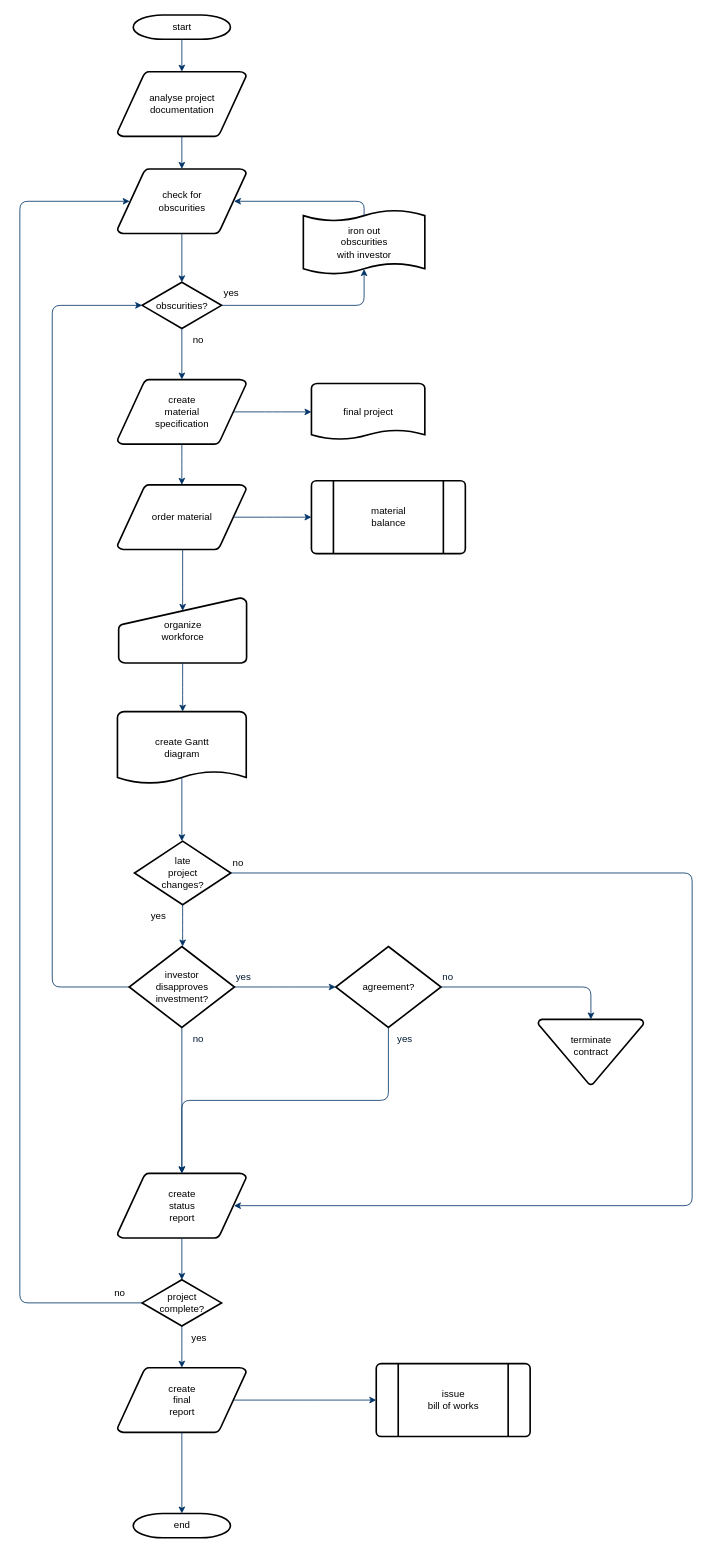
Above: Untitled Diagram.drawio in elchilee/Solving-Africa-s-Power-Problem (draw.io), before the change. Source tidied: cells renumbered, new cells numbered last; positions are measured from the earlier drawing's top-left corner, leaving out a move shared by most shapes. Both pictures are drawn from the tidied source at 81%, with x=0, y=0 at pixel (19, 15).
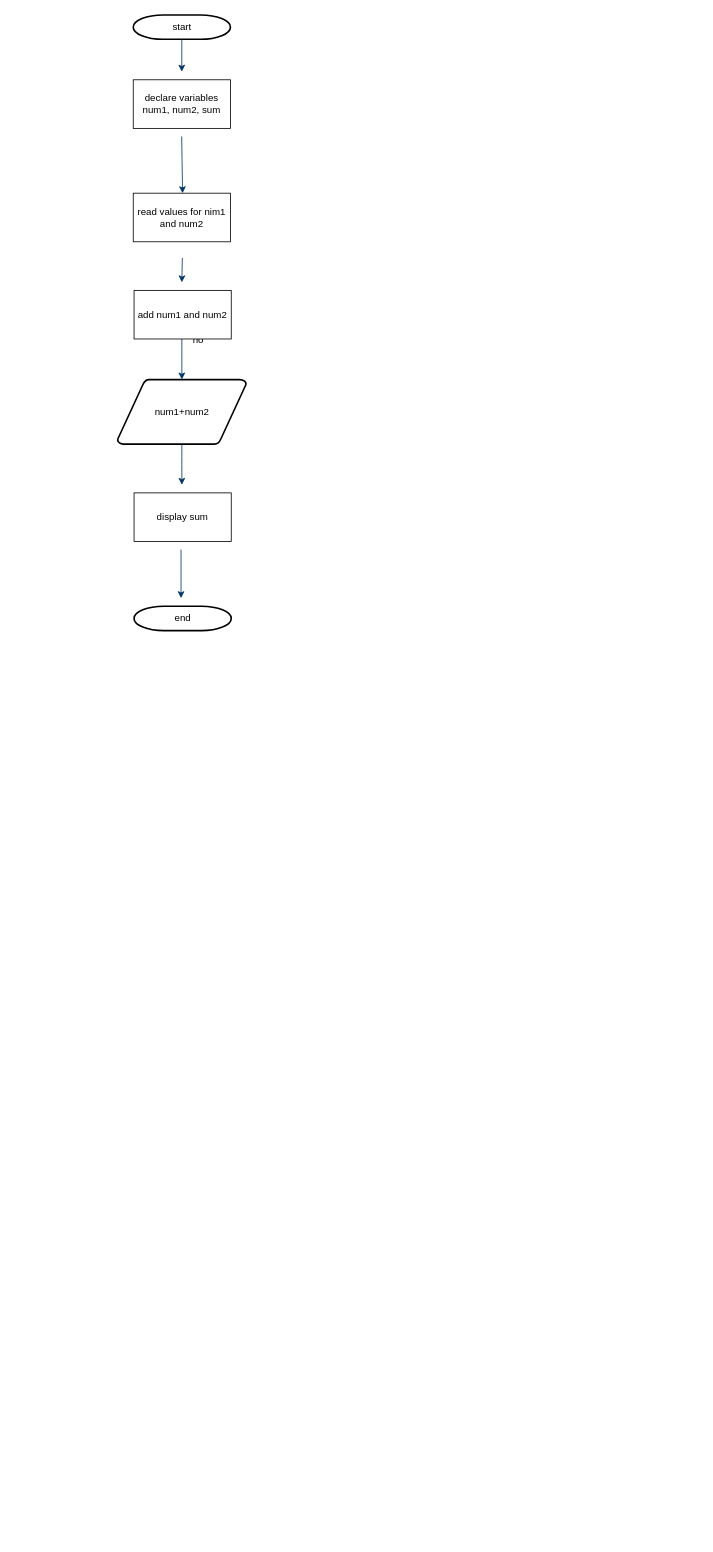
After the change.

Commit message:
ALXCalculate a running sum

The change refers to these unchanged cells:
```xml
<mxCell id="2" value="start" style="shape=mxgraph.flowchart.terminator;strokeWidth=2;gradientColor=none;gradientDirection=north;fontStyle=0;html=1;" parent="1" vertex="1">
  <mxGeometry x="140" width="120" height="30" as="geometry" />
</mxCell>
```

Diff of the diagram source:
```diff
@@
-    <mxCell id="3" value="analyse project&#10; documentation" style="shape=mxgraph.flowchart.data;strokeWidth=2;gradientColor=none;gradientDirection=north;fontStyle=0;html=1;" parent="1" vertex="1">
-      <mxGeometry x="120.5" y="70" width="159" height="80" as="geometry" />
-    </mxCell>
-    <mxCell id="4" value="create&#10;material&#10;specification" style="shape=mxgraph.flowchart.data;strokeWidth=2;gradientColor=none;gradientDirection=north;fontStyle=0;html=1;" parent="1" vertex="1">
+    <mxCell id="4" value="num1+num2" style="shape=mxgraph.flowchart.data;strokeWidth=2;gradientColor=none;gradientDirection=north;fontStyle=0;html=1;" parent="1" vertex="1">
       <mxGeometry x="120.5" y="450" width="159" height="80" as="geometry" />
     </mxCell>
-    <mxCell id="5" value="check for&#10;obscurities" style="shape=mxgraph.flowchart.data;strokeWidth=2;gradientColor=none;gradientDirection=north;fontStyle=0;html=1;" parent="1" vertex="1">
-      <mxGeometry x="120.5" y="190" width="159" height="80" as="geometry" />
-    </mxCell>
-    <mxCell id="6" value="obscurities?" style="shape=mxgraph.flowchart.decision;strokeWidth=2;gradientColor=none;gradientDirection=north;fontStyle=0;html=1;" parent="1" vertex="1">
-      <mxGeometry x="151" y="330" width="98" height="57" as="geometry" />
-    </mxCell>
-    <mxCell id="7" style="fontStyle=1;strokeColor=#003366;strokeWidth=1;html=1;" parent="1" edge="1" source="2" target="3">
-      <mxGeometry relative="1" as="geometry" />
+    <mxCell id="7" style="fontStyle=1;strokeColor=#003366;strokeWidth=1;html=1;" parent="1" edge="1" source="2">
+      <mxGeometry relative="1" as="geometry">
+        <mxPoint x="199.9" y="70" as="targetPoint" />
+      </mxGeometry>
     </mxCell>
-    <mxCell id="8" style="fontStyle=1;strokeColor=#003366;strokeWidth=1;html=1;" parent="1" edge="1" source="3" target="5">
-      <mxGeometry relative="1" as="geometry" />
+    <mxCell id="8" style="fontStyle=1;strokeColor=#003366;strokeWidth=1;html=1;" parent="1" edge="1">
+      <mxGeometry relative="1" as="geometry">
+        <mxPoint x="199.8" y="150" as="sourcePoint" />
+        <mxPoint x="200.9" y="220" as="targetPoint" />
+      </mxGeometry>
     </mxCell>
-    <mxCell id="9" style="entryX=0.5;entryY=0;entryPerimeter=0;fontStyle=1;strokeColor=#003366;strokeWidth=1;html=1;" parent="1" edge="1" source="5" target="6">
-      <mxGeometry relative="1" as="geometry" />
+    <mxCell id="9" style="entryX=0.5;entryY=0;entryPerimeter=0;fontStyle=1;strokeColor=#003366;strokeWidth=1;html=1;" parent="1" edge="1">
+      <mxGeometry relative="1" as="geometry">
+        <mxPoint x="200.6" y="300" as="sourcePoint" />
+        <mxPoint x="200" y="330" as="targetPoint" />
+      </mxGeometry>
     </mxCell>
-    <mxCell id="10" style="edgeStyle=elbowEdgeStyle;elbow=horizontal;entryX=0.5;entryY=0.91;entryPerimeter=0;exitX=1;exitY=0.5;exitPerimeter=0;fontStyle=1;strokeColor=#003366;strokeWidth=1;html=1;" parent="1" edge="1" source="6" target="51">
-      <mxGeometry x="381" y="28.5" as="geometry">
-        <Array as="points">
-          <mxPoint x="425" y="340" />
-        </Array>
-      </mxGeometry>
-    </mxCell>
-    <mxCell id="11" value="yes" style="text;fontStyle=0;html=1;strokeColor=none;gradientColor=none;fillColor=none;strokeWidth=2;" parent="1" vertex="1">
-      <mxGeometry x="250" y="330" width="40" height="26" as="geometry" />
-    </mxCell>
-    <mxCell id="12" style="edgeStyle=elbowEdgeStyle;elbow=horizontal;fontColor=#001933;fontStyle=1;strokeColor=#003366;strokeWidth=1;html=1;" parent="1" edge="1" source="6" target="4">
-      <mxGeometry as="geometry" />
+    <mxCell id="12" style="edgeStyle=elbowEdgeStyle;elbow=horizontal;fontColor=#001933;fontStyle=1;strokeColor=#003366;strokeWidth=1;html=1;" parent="1" edge="1" target="4">
+      <mxGeometry as="geometry">
+        <mxPoint x="200" y="387" as="sourcePoint" />
+      </mxGeometry>
     </mxCell>
-    <mxCell id="13" value="order material" style="shape=mxgraph.flowchart.data;strokeWidth=2;gradientColor=none;gradientDirection=north;fontStyle=0;html=1;" parent="1" vertex="1">
-      <mxGeometry x="120.5" y="580" width="159" height="80" as="geometry" />
-    </mxCell>
@@
-    <mxCell id="15" value="final project" style="shape=mxgraph.flowchart.document;strokeWidth=2;gradientColor=none;gradientDirection=north;fontStyle=0;html=1;" parent="1" vertex="1">
-      <mxGeometry x="360" y="455" width="140" height="70" as="geometry" />
-    </mxCell>
-    <mxCell id="16" style="edgeStyle=elbowEdgeStyle;elbow=horizontal;exitX=0.905;exitY=0.5;exitPerimeter=0;fontStyle=1;strokeColor=#003366;strokeWidth=1;html=1;" parent="1" edge="1" source="4" target="15">
-      <mxGeometry as="geometry" />
-    </mxCell>
-    <mxCell id="17" style="edgeStyle=elbowEdgeStyle;elbow=horizontal;fontStyle=1;strokeColor=#003366;strokeWidth=1;html=1;" parent="1" edge="1" source="4" target="13">
-      <mxGeometry as="geometry" />
+    <mxCell id="17" style="edgeStyle=elbowEdgeStyle;elbow=horizontal;fontStyle=1;strokeColor=#003366;strokeWidth=1;html=1;" parent="1" edge="1" source="4">
+      <mxGeometry as="geometry">
+        <mxPoint x="200" y="580" as="targetPoint" />
+      </mxGeometry>
     </mxCell>
-    <mxCell id="18" value="material&#10;balance" style="shape=mxgraph.flowchart.predefined_process;strokeWidth=2;gradientColor=none;gradientDirection=north;fontStyle=0;html=1;" parent="1" vertex="1">
-      <mxGeometry x="360" y="575" width="190" height="90" as="geometry" />
-    </mxCell>
-    <mxCell id="19" style="edgeStyle=elbowEdgeStyle;elbow=horizontal;exitX=0.905;exitY=0.5;exitPerimeter=0;fontStyle=1;strokeColor=#003366;strokeWidth=1;html=1;" parent="1" edge="1" source="13" target="18">
-      <mxGeometry as="geometry" />
-    </mxCell>
-    <mxCell id="20" value="organize &#10;workforce" style="shape=mxgraph.flowchart.manual_input;strokeWidth=2;gradientColor=none;gradientDirection=north;fontStyle=0;html=1;" parent="1" vertex="1">
-      <mxGeometry x="122" y="720" width="158" height="80" as="geometry" />
-    </mxCell>
-    <mxCell id="21" style="edgeStyle=elbowEdgeStyle;elbow=horizontal;entryX=0.5;entryY=0.195;entryPerimeter=0;fontStyle=1;strokeColor=#003366;strokeWidth=1;html=1;" parent="1" edge="1" source="13" target="20">
-      <mxGeometry as="geometry" />
-    </mxCell>
-    <mxCell id="22" value="create Gantt&#10;diagram" style="shape=mxgraph.flowchart.document;strokeWidth=2;gradientColor=none;gradientDirection=north;fontStyle=0;html=1;" parent="1" vertex="1">
-      <mxGeometry x="120.5" y="860" width="159" height="90" as="geometry" />
-    </mxCell>
-    <mxCell id="23" style="edgeStyle=elbowEdgeStyle;elbow=horizontal;exitX=0.5;exitY=1;exitPerimeter=0;fontStyle=1;strokeColor=#003366;strokeWidth=1;html=1;" parent="1" edge="1" source="20" target="22">
-      <mxGeometry as="geometry" />
+    <mxCell id="23" style="edgeStyle=elbowEdgeStyle;elbow=horizontal;exitX=0.5;exitY=1;exitPerimeter=0;fontStyle=1;strokeColor=#003366;strokeWidth=1;html=1;" parent="1" edge="1">
+      <mxGeometry x="-2" y="-140" as="geometry">
+        <mxPoint x="199" y="660" as="sourcePoint" />
+        <mxPoint x="199" y="720" as="targetPoint" />
+      </mxGeometry>
     </mxCell>
-    <mxCell id="24" value="late&#10;project&#10;changes?" style="shape=mxgraph.flowchart.decision;strokeWidth=2;gradientColor=none;gradientDirection=north;fontStyle=0;html=1;" parent="1" vertex="1">
-      <mxGeometry x="141.5" y="1020" width="119" height="78.5" as="geometry" />
-    </mxCell>
-    <mxCell id="25" style="edgeStyle=elbowEdgeStyle;elbow=horizontal;exitX=0.5;exitY=0.9;exitPerimeter=0;fontStyle=1;strokeColor=#003366;strokeWidth=1;html=1;" parent="1" edge="1" source="22" target="24">
-      <mxGeometry as="geometry" />
-    </mxCell>
-    <mxCell id="26" style="edgeStyle=elbowEdgeStyle;elbow=horizontal;exitX=0;exitY=0.5;exitPerimeter=0;entryX=0;entryY=0.5;entryPerimeter=0;fontStyle=1;strokeColor=#003366;strokeWidth=1;html=1;" parent="1" edge="1" source="28" target="6">
-      <mxGeometry as="geometry">
-        <Array as="points">
-          <mxPoint x="40" y="790" />
-        </Array>
-      </mxGeometry>
-    </mxCell>
-    <mxCell id="27" value="yes" style="text;fontStyle=0;html=1;strokeColor=none;gradientColor=none;fillColor=none;strokeWidth=2;" parent="1" vertex="1">
-      <mxGeometry x="160" y="1098.5" width="40" height="26" as="geometry" />
-    </mxCell>
-    <mxCell id="28" value="investor&#10;disapproves&#10; investment?" style="shape=mxgraph.flowchart.decision;strokeWidth=2;gradientColor=none;gradientDirection=north;fontStyle=0;html=1;" parent="1" vertex="1">
-      <mxGeometry x="135" y="1150" width="130" height="100" as="geometry" />
-    </mxCell>
-    <mxCell id="29" value="agreement?" style="shape=mxgraph.flowchart.decision;strokeWidth=2;gradientColor=none;gradientDirection=north;fontStyle=0;html=1;" parent="1" vertex="1">
-      <mxGeometry x="390" y="1150" width="130" height="100" as="geometry" />
-    </mxCell>
-    <mxCell id="30" style="edgeStyle=elbowEdgeStyle;elbow=horizontal;exitX=0.5;exitY=1;exitPerimeter=0;fontStyle=1;strokeColor=#003366;strokeWidth=1;html=1;" parent="1" edge="1" source="24" target="28">
-      <mxGeometry as="geometry" />
-    </mxCell>
-    <mxCell id="31" style="edgeStyle=elbowEdgeStyle;elbow=horizontal;exitX=1;exitY=0.5;exitPerimeter=0;entryX=0;entryY=0.5;entryPerimeter=0;fontStyle=1;strokeColor=#003366;strokeWidth=1;html=1;" parent="1" edge="1" source="28" target="29">
-      <mxGeometry as="geometry" />
-    </mxCell>
-    <mxCell id="32" value="terminate&#10;contract&#10;" style="shape=mxgraph.flowchart.merge_or_storage;strokeWidth=2;gradientColor=none;gradientDirection=north;fontStyle=0;html=1;" parent="1" vertex="1">
-      <mxGeometry x="640" y="1240" width="130" height="80.5" as="geometry" />
-    </mxCell>
-    <mxCell id="33" style="edgeStyle=elbowEdgeStyle;elbow=vertical;exitX=1;exitY=0.5;exitPerimeter=0;entryX=0.5;entryY=0;entryPerimeter=0;fontStyle=1;strokeColor=#003366;strokeWidth=1;html=1;" parent="1" edge="1" source="29" target="32">
-      <mxGeometry as="geometry">
-        <Array as="points">
-          <mxPoint x="620" y="1200" />
-        </Array>
-      </mxGeometry>
-    </mxCell>
-    <mxCell id="34" value="create&#10;status&#10;report" style="shape=mxgraph.flowchart.data;strokeWidth=2;gradientColor=none;gradientDirection=north;fontStyle=0;html=1;" parent="1" vertex="1">
-      <mxGeometry x="120.5" y="1430" width="159" height="80" as="geometry" />
-    </mxCell>
-    <mxCell id="35" style="edgeStyle=elbowEdgeStyle;elbow=vertical;exitX=0.5;exitY=1;exitPerimeter=0;fontColor=#001933;fontStyle=1;strokeColor=#003366;strokeWidth=1;html=1;" parent="1" edge="1" source="28" target="34">
-      <mxGeometry as="geometry" />
-    </mxCell>
-    <mxCell id="36" style="edgeStyle=elbowEdgeStyle;elbow=vertical;exitX=0.5;exitY=1;exitPerimeter=0;entryX=0.5;entryY=0;entryPerimeter=0;fontStyle=1;strokeColor=#003366;strokeWidth=1;html=1;" parent="1" edge="1" source="29" target="34">
-      <mxGeometry as="geometry" />
-    </mxCell>
-    <mxCell id="37" value="project&#10;complete?" style="shape=mxgraph.flowchart.decision;strokeWidth=2;gradientColor=none;gradientDirection=north;fontStyle=0;html=1;" parent="1" vertex="1">
-      <mxGeometry x="151" y="1561.5" width="98" height="57" as="geometry" />
-    </mxCell>
-    <mxCell id="38" value="create&#10;final&#10;report" style="shape=mxgraph.flowchart.data;strokeWidth=2;gradientColor=none;gradientDirection=north;fontStyle=0;html=1;" parent="1" vertex="1">
-      <mxGeometry x="120.5" y="1670" width="159" height="80" as="geometry" />
-    </mxCell>
-    <mxCell id="39" value="issue&#10;bill of works" style="shape=mxgraph.flowchart.predefined_process;strokeWidth=2;gradientColor=none;gradientDirection=north;fontStyle=0;html=1;" parent="1" vertex="1">
-      <mxGeometry x="440" y="1665" width="190" height="90" as="geometry" />
-    </mxCell>
     <mxCell id="40" value="end" style="shape=mxgraph.flowchart.terminator;strokeWidth=2;gradientColor=none;gradientDirection=north;fontStyle=0;html=1;" parent="1" vertex="1">
-      <mxGeometry x="140" y="1850" width="120" height="30" as="geometry" />
+      <mxGeometry x="141" y="730" width="120" height="30" as="geometry" />
     </mxCell>
-    <mxCell id="41" style="edgeStyle=elbowEdgeStyle;elbow=vertical;exitX=0.5;exitY=1;exitPerimeter=0;entryX=0.5;entryY=0;entryPerimeter=0;fontStyle=1;strokeColor=#003366;strokeWidth=1;html=1;" parent="1" edge="1" source="34" target="37">
-      <mxGeometry as="geometry" />
-    </mxCell>
-    <mxCell id="42" style="edgeStyle=elbowEdgeStyle;elbow=vertical;exitX=0.5;exitY=1;exitPerimeter=0;entryX=0.5;entryY=0;entryPerimeter=0;fontStyle=1;strokeColor=#003366;strokeWidth=1;html=1;" parent="1" edge="1" source="37" target="38">
-      <mxGeometry as="geometry" />
-    </mxCell>
-    <mxCell id="43" style="edgeStyle=elbowEdgeStyle;elbow=vertical;exitX=0.5;exitY=1;exitPerimeter=0;entryX=0.5;entryY=0;entryPerimeter=0;fontStyle=1;strokeColor=#003366;strokeWidth=1;html=1;" parent="1" edge="1" source="38" target="40">
-      <mxGeometry as="geometry" />
-    </mxCell>
-    <mxCell id="44" style="edgeStyle=elbowEdgeStyle;elbow=vertical;exitX=0.905;exitY=0.5;exitPerimeter=0;entryX=0;entryY=0.5;entryPerimeter=0;fontStyle=1;strokeColor=#003366;strokeWidth=1;html=1;" parent="1" edge="1" source="38" target="39">
-      <mxGeometry as="geometry" />
-    </mxCell>
-    <mxCell id="45" style="edgeStyle=elbowEdgeStyle;elbow=horizontal;exitX=1;exitY=0.5;exitPerimeter=0;entryX=0.905;entryY=0.5;entryPerimeter=0;fontStyle=1;strokeColor=#003366;strokeWidth=1;html=1;" parent="1" edge="1" source="24" target="34">
-      <mxGeometry as="geometry">
-        <Array as="points">
-          <mxPoint x="830" y="1260" />
-        </Array>
-      </mxGeometry>
-    </mxCell>
-    <mxCell id="46" value="no" style="text;fontStyle=0;html=1;strokeColor=none;gradientColor=none;fillColor=none;strokeWidth=2;" parent="1" vertex="1">
-      <mxGeometry x="260.5" y="1033.2" width="40" height="26" as="geometry" />
-    </mxCell>
-    <mxCell id="47" value="yes" style="text;fontColor=#001933;fontStyle=0;html=1;strokeColor=none;gradientColor=none;fillColor=none;strokeWidth=2;" parent="1" vertex="1">
-      <mxGeometry x="265" y="1174" width="40" height="26" as="geometry" />
-    </mxCell>
-    <mxCell id="48" value="no" style="text;fontColor=#001933;fontStyle=0;html=1;strokeColor=none;gradientColor=none;fillColor=none;strokeWidth=2;align=center;" parent="1" vertex="1">
-      <mxGeometry x="200" y="1250" width="40" height="26" as="geometry" />
-    </mxCell>
-    <mxCell id="49" value="yes" style="text;fontColor=#001933;fontStyle=0;html=1;strokeColor=none;gradientColor=none;fillColor=none;strokeWidth=2;align=center;" parent="1" vertex="1">
-      <mxGeometry x="455" y="1250" width="40" height="26" as="geometry" />
-    </mxCell>
-    <mxCell id="50" value="no" style="text;fontColor=#001933;fontStyle=0;html=1;strokeColor=none;gradientColor=none;fillColor=none;strokeWidth=2;" parent="1" vertex="1">
-      <mxGeometry x="520" y="1174" width="40" height="26" as="geometry" />
-    </mxCell>
-    <mxCell id="51" value="iron out&#10;obscurities &#10;with investor" style="shape=mxgraph.flowchart.paper_tape;strokeWidth=2;gradientColor=none;gradientDirection=north;fontStyle=0;html=1;" parent="1" vertex="1">
-      <mxGeometry x="350" y="240" width="150" height="81" as="geometry" />
-    </mxCell>
-    <mxCell id="52" style="edgeStyle=elbowEdgeStyle;elbow=horizontal;exitX=0.5;exitY=0.09;exitPerimeter=0;entryX=0.905;entryY=0.5;entryPerimeter=0;fontStyle=1;strokeColor=#003366;strokeWidth=1;html=1;" parent="1" edge="1" source="51" target="5">
-      <mxGeometry as="geometry">
-        <Array as="points">
-          <mxPoint x="425" y="240" />
-        </Array>
-      </mxGeometry>
-    </mxCell>
-    <mxCell id="53" value="yes" style="text;fontStyle=0;html=1;strokeColor=none;gradientColor=none;fillColor=none;strokeWidth=2;align=center;" parent="1" vertex="1">
-      <mxGeometry x="201" y="1620" width="40" height="26" as="geometry" />
-    </mxCell>
-    <mxCell id="54" style="edgeStyle=elbowEdgeStyle;elbow=horizontal;exitX=0;exitY=0.5;exitPerimeter=0;entryX=0.095;entryY=0.5;entryPerimeter=0;fontStyle=1;strokeColor=#003366;strokeWidth=1;html=1;" parent="1" edge="1" source="37" target="5">
-      <mxGeometry as="geometry">
-        <Array as="points">
-          <mxPoint y="910" />
-        </Array>
-      </mxGeometry>
-    </mxCell>
-    <mxCell id="55" value="no" style="text;fontStyle=0;html=1;strokeColor=none;gradientColor=none;fillColor=none;strokeWidth=2;" parent="1" vertex="1">
-      <mxGeometry x="115" y="1564" width="40" height="26" as="geometry" />
-    </mxCell>
+    <mxCell id="56" value="&lt;span style=&quot;&quot;&gt; &lt;/span&gt;&lt;span style=&quot;&quot;&gt;declare variables&lt;/span&gt;&lt;br style=&quot;&quot;&gt;&lt;span style=&quot;&quot;&gt;num1, num2, sum&lt;/span&gt;" style="rounded=0;whiteSpace=wrap;html=1;" parent="1" vertex="1">
+      <mxGeometry x="140" y="80" width="120" height="60" as="geometry" />
+    </mxCell>
+    <mxCell id="57" value="read values for nim1 and num2" style="rounded=0;whiteSpace=wrap;html=1;" parent="1" vertex="1">
+      <mxGeometry x="140" y="220" width="120" height="60" as="geometry" />
+    </mxCell>
+    <mxCell id="58" value="add num1 and num2" style="rounded=0;whiteSpace=wrap;html=1;" parent="1" vertex="1">
+      <mxGeometry x="141" y="340" width="120" height="60" as="geometry" />
+    </mxCell>
+    <mxCell id="59" value="display sum" style="rounded=0;whiteSpace=wrap;html=1;" parent="1" vertex="1">
+      <mxGeometry x="141" y="590" width="120" height="60" as="geometry" />
+    </mxCell>
```
